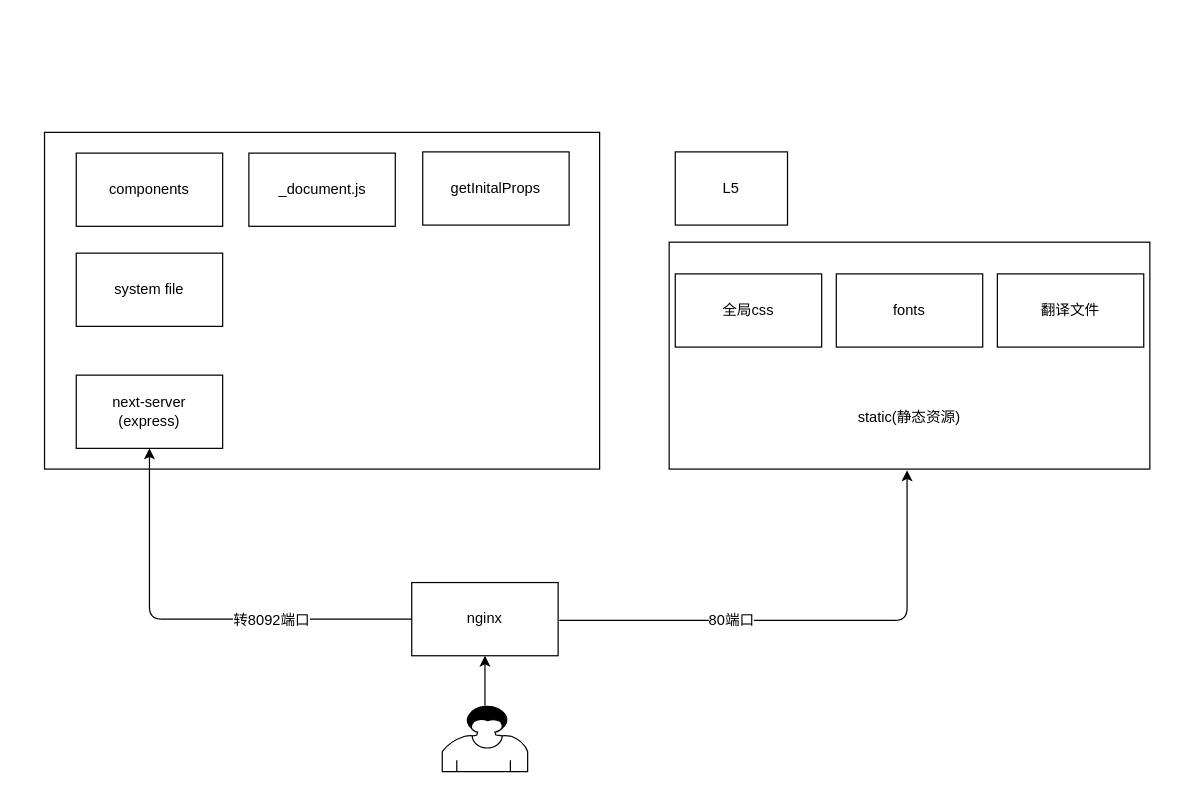
The draw.io diagram Untitled Diagram.drawio in huanglijiao/docs, before the edit. Source tidied: cells renumbered, new cells numbered last; positions are measured from the earlier drawing's top-left corner, leaving out a move shared by most shapes. Both pictures are drawn from the tidied source at 122%, with x=0, y=0 at pixel (44, 132).
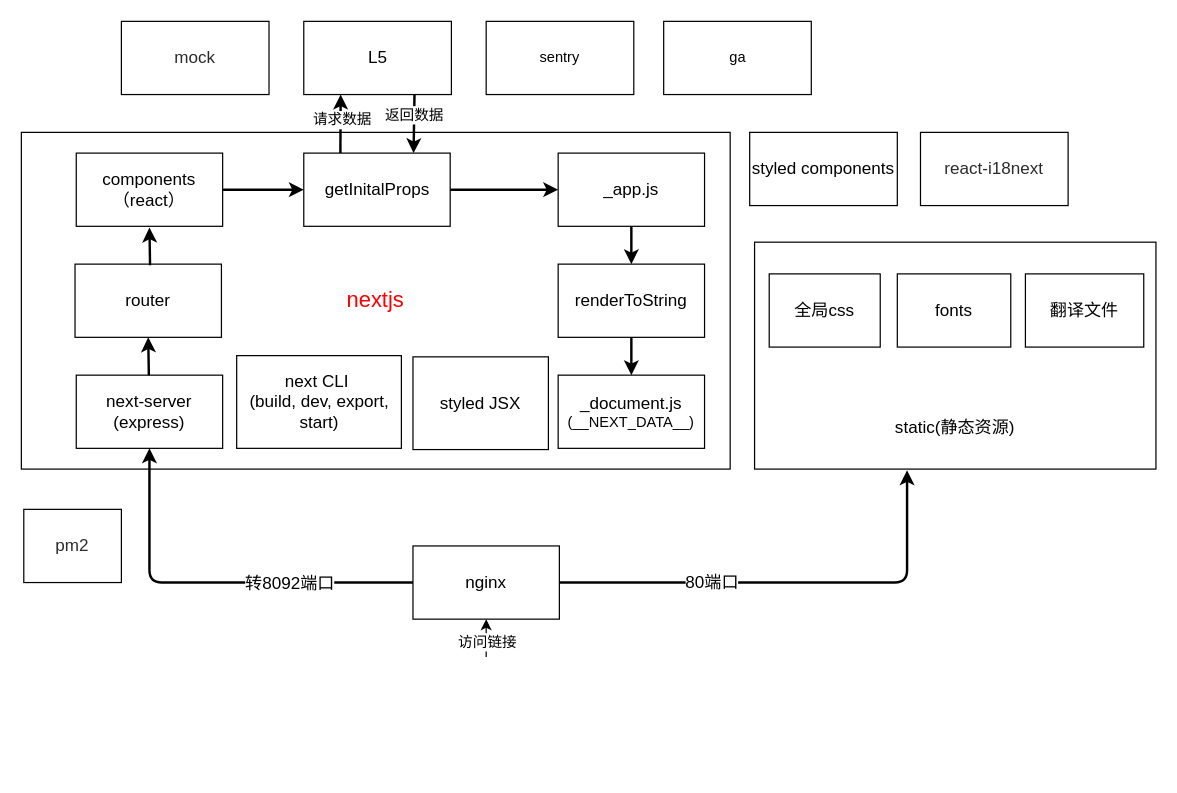
After the change.

What changed in the source:
```diff
@@
-    <mxCell id="2" style="rounded=0;whiteSpace=wrap;html=1;" parent="1" vertex="1">
-      <mxGeometry width="455" height="276" as="geometry" />
+    <mxCell id="2" value="&lt;font style=&quot;font-size: 18px&quot; color=&quot;#ff0000&quot;&gt;nextjs&lt;/font&gt;" style="rounded=0;whiteSpace=wrap;html=1;" parent="1" vertex="1">
+      <mxGeometry x="-19" width="581" height="276" as="geometry" />
     </mxCell>
-    <mxCell id="3" value="&lt;br&gt;&lt;br&gt;&lt;br&gt;&lt;br&gt;&lt;br&gt;&lt;br&gt;&lt;br&gt;static(静态资源)" style="rounded=0;whiteSpace=wrap;html=1;" parent="1" vertex="1">
-      <mxGeometry x="512" y="90" width="394" height="186" as="geometry" />
+    <mxCell id="3" value="&lt;font style=&quot;font-size: 14px&quot;&gt;&lt;br&gt;&lt;br&gt;&lt;br&gt;&lt;br&gt;&lt;br&gt;&lt;br&gt;&lt;br&gt;static(静态资源)&lt;/font&gt;" style="rounded=0;whiteSpace=wrap;html=1;" parent="1" vertex="1">
+      <mxGeometry x="582" y="90" width="329" height="186" as="geometry" />
     </mxCell>
-    <mxCell id="4" style="shape=mxgraph.bpmn.user_task;html=1;outlineConnect=0;" parent="1" vertex="1">
-      <mxGeometry x="326" y="470" width="70" height="54" as="geometry" />
-    </mxCell>
-    <mxCell id="5" value="nginx" style="rounded=0;whiteSpace=wrap;html=1;" parent="1" vertex="1">
-      <mxGeometry x="301" y="369" width="120" height="60" as="geometry" />
+    <mxCell id="5" value="&lt;font style=&quot;font-size: 14px&quot;&gt;nginx&lt;/font&gt;" style="rounded=0;whiteSpace=wrap;html=1;" parent="1" vertex="1">
+      <mxGeometry x="302" y="339" width="120" height="60" as="geometry" />
     </mxCell>
-    <mxCell id="6" value="fonts" style="rounded=0;whiteSpace=wrap;html=1;" parent="1" vertex="1">
-      <mxGeometry x="649" y="116" width="120" height="60" as="geometry" />
+    <mxCell id="6" value="&lt;font style=&quot;font-size: 14px&quot;&gt;fonts&lt;/font&gt;" style="rounded=0;whiteSpace=wrap;html=1;" parent="1" vertex="1">
+      <mxGeometry x="699" y="116" width="93" height="60" as="geometry" />
     </mxCell>
-    <mxCell id="7" value="全局css" style="rounded=0;whiteSpace=wrap;html=1;" parent="1" vertex="1">
-      <mxGeometry x="517" y="116" width="120" height="60" as="geometry" />
+    <mxCell id="7" value="&lt;font style=&quot;font-size: 14px&quot;&gt;全局css&lt;/font&gt;" style="rounded=0;whiteSpace=wrap;html=1;" parent="1" vertex="1">
+      <mxGeometry x="594" y="116" width="91" height="60" as="geometry" />
     </mxCell>
-    <mxCell id="8" value="翻译文件" style="rounded=0;whiteSpace=wrap;html=1;" parent="1" vertex="1">
-      <mxGeometry x="781" y="116" width="120" height="60" as="geometry" />
+    <mxCell id="8" value="&lt;font style=&quot;font-size: 14px&quot;&gt;翻译文件&lt;/font&gt;" style="rounded=0;whiteSpace=wrap;html=1;" parent="1" vertex="1">
+      <mxGeometry x="804" y="116" width="97" height="60" as="geometry" />
     </mxCell>
-    <mxCell id="9" style="endArrow=classic;html=1;" parent="1" edge="1">
+    <mxCell id="9" style="endArrow=classic;html=1;strokeWidth=2;exitX=1;exitY=0.5;exitDx=0;exitDy=0;" parent="1" edge="1" source="5">
       <mxGeometry relative="1" as="geometry">
-        <mxPoint x="422" y="400" as="sourcePoint" />
         <mxPoint x="707" y="277" as="targetPoint" />
         <Array as="points">
-          <mxPoint x="707" y="400" />
+          <mxPoint x="707" y="369" />
         </Array>
       </mxGeometry>
     </mxCell>
-    <mxCell id="10" value="80端口" style="text;html=1;align=center;verticalAlign=middle;labelBackgroundColor=#ffffff;" parent="9" vertex="1">
+    <mxCell id="10" value="&lt;font style=&quot;font-size: 14px&quot;&gt;80端口&lt;/font&gt;" style="text;html=1;align=center;verticalAlign=middle;labelBackgroundColor=#ffffff;" parent="9" vertex="1">
       <mxGeometry x="0.08" y="1" relative="1" as="geometry">
         <mxPoint x="-80" as="offset" />
       </mxGeometry>
     </mxCell>
-    <mxCell id="11" value="next-server&lt;br&gt;(express)" style="rounded=0;whiteSpace=wrap;html=1;" parent="1" vertex="1">
+    <mxCell id="11" value="&lt;font style=&quot;font-size: 14px&quot;&gt;next-server&lt;br&gt;(express)&lt;/font&gt;" style="rounded=0;whiteSpace=wrap;html=1;" parent="1" vertex="1">
       <mxGeometry x="26" y="199" width="120" height="60" as="geometry" />
     </mxCell>
-    <mxCell id="12" style="endArrow=classic;html=1;entryX=0.5;entryY=1;entryDx=0;entryDy=0;exitX=0;exitY=0.5;exitDx=0;exitDy=0;" parent="1" edge="1" source="5" target="11">
+    <mxCell id="12" style="endArrow=classic;html=1;entryX=0.5;entryY=1;entryDx=0;entryDy=0;exitX=0;exitY=0.5;exitDx=0;exitDy=0;strokeWidth=2;" parent="1" edge="1" source="5" target="11">
       <mxGeometry relative="1" as="geometry">
         <Array as="points">
-          <mxPoint x="86" y="399" />
+          <mxPoint x="86" y="369" />
         </Array>
       </mxGeometry>
     </mxCell>
-    <mxCell id="13" value="转8092端口" style="text;html=1;align=center;verticalAlign=middle;labelBackgroundColor=#ffffff;" parent="12" vertex="1">
+    <mxCell id="13" value="&lt;font style=&quot;font-size: 14px&quot;&gt;转8092端口&lt;/font&gt;" style="text;html=1;align=center;verticalAlign=middle;labelBackgroundColor=#ffffff;" parent="12" vertex="1">
       <mxGeometry x="-0.06" relative="1" as="geometry">
         <mxPoint x="51" as="offset" />
       </mxGeometry>
     </mxCell>
-    <mxCell id="14" style="endArrow=classic;html=1;entryX=0.5;entryY=1;entryDx=0;entryDy=0;" parent="1" edge="1" source="4" target="5">
-      <mxGeometry relative="1" as="geometry" />
+    <mxCell id="14" style="endArrow=classic;html=1;entryX=0.5;entryY=1;entryDx=0;entryDy=0;" parent="1" edge="1" target="5">
+      <mxGeometry relative="1" as="geometry">
+        <mxPoint x="362" y="430" as="sourcePoint" />
+      </mxGeometry>
     </mxCell>
+    <mxCell id="20" value="访问链接" style="text;html=1;align=center;verticalAlign=middle;labelBackgroundColor=#ffffff;" parent="14" vertex="1">
+      <mxGeometry x="-0.16" relative="1" as="geometry" />
+    </mxCell>
-    <mxCell id="15" value="system file" style="rounded=0;whiteSpace=wrap;html=1;" parent="1" vertex="1">
-      <mxGeometry x="26" y="99" width="120" height="60" as="geometry" />
+    <mxCell id="15" value="&lt;span style=&quot;font-size: 14px&quot;&gt;router&lt;/span&gt;" style="rounded=0;whiteSpace=wrap;html=1;" parent="1" vertex="1">
+      <mxGeometry x="25" y="108" width="120" height="60" as="geometry" />
     </mxCell>
-    <mxCell id="16" value="components" style="rounded=0;whiteSpace=wrap;html=1;" parent="1" vertex="1">
+    <mxCell id="16" value="&lt;font style=&quot;font-size: 14px&quot;&gt;components&lt;br&gt;（react）&lt;br&gt;&lt;/font&gt;" style="rounded=0;whiteSpace=wrap;html=1;" parent="1" vertex="1">
       <mxGeometry x="26" y="17" width="120" height="60" as="geometry" />
     </mxCell>
-    <mxCell id="17" value="_document.js" style="rounded=0;whiteSpace=wrap;html=1;" parent="1" vertex="1">
-      <mxGeometry x="167.5" y="17" width="120" height="60" as="geometry" />
-    </mxCell>
-    <mxCell id="18" value="L5&lt;br&gt;" style="rounded=0;whiteSpace=wrap;html=1;" parent="1" vertex="1">
-      <mxGeometry x="517" y="16" width="92" height="60" as="geometry" />
+    <mxCell id="18" value="&lt;font style=&quot;font-size: 14px&quot;&gt;L5&lt;/font&gt;" style="rounded=0;whiteSpace=wrap;html=1;" parent="1" vertex="1">
+      <mxGeometry x="212.5" y="-91" width="121" height="60" as="geometry" />
     </mxCell>
-    <mxCell id="19" value="getInitalProps" style="rounded=0;whiteSpace=wrap;html=1;" parent="1" vertex="1">
-      <mxGeometry x="310" y="16" width="120" height="60" as="geometry" />
+    <mxCell id="19" value="&lt;font style=&quot;font-size: 14px&quot;&gt;getInitalProps&lt;/font&gt;" style="rounded=0;whiteSpace=wrap;html=1;" parent="1" vertex="1">
+      <mxGeometry x="212.5" y="17" width="120" height="60" as="geometry" />
     </mxCell>
+    <mxCell id="21" value="&lt;span style=&quot;font-size: 14px&quot;&gt;renderToString&lt;/span&gt;" style="rounded=0;whiteSpace=wrap;html=1;" parent="1" vertex="1">
+      <mxGeometry x="421" y="108" width="120" height="60" as="geometry" />
+    </mxCell>
+    <mxCell id="22" value="&lt;font style=&quot;font-size: 14px&quot;&gt;_app.js&lt;/font&gt;" style="rounded=0;whiteSpace=wrap;html=1;" parent="1" vertex="1">
+      <mxGeometry x="421" y="17" width="120" height="60" as="geometry" />
+    </mxCell>
+    <mxCell id="23" value="&lt;font&gt;&lt;span style=&quot;font-size: 14px&quot;&gt;_document.js&lt;/span&gt;&lt;br&gt;&lt;font style=&quot;font-size: 12px&quot;&gt;(__NEXT_DATA__)&lt;/font&gt;&lt;br&gt;&lt;/font&gt;" style="rounded=0;whiteSpace=wrap;html=1;" parent="1" vertex="1">
+      <mxGeometry x="421" y="199" width="120" height="60" as="geometry" />
+    </mxCell>
+    <mxCell id="24" style="endArrow=classic;html=1;strokeWidth=2;entryX=0.5;entryY=1;entryDx=0;entryDy=0;" parent="1" edge="1" source="11" target="15">
+      <mxGeometry relative="1" as="geometry" />
+    </mxCell>
+    <mxCell id="25" style="endArrow=classic;html=1;strokeWidth=2;" parent="1" edge="1">
+      <mxGeometry relative="1" as="geometry">
+        <mxPoint x="86.5" y="109" as="sourcePoint" />
+        <mxPoint x="86" y="78" as="targetPoint" />
+      </mxGeometry>
+    </mxCell>
+    <mxCell id="26" style="endArrow=classic;html=1;strokeWidth=2;entryX=0;entryY=0.5;entryDx=0;entryDy=0;exitX=1;exitY=0.5;exitDx=0;exitDy=0;" parent="1" edge="1" source="16" target="19">
+      <mxGeometry relative="1" as="geometry" />
+    </mxCell>
+    <mxCell id="27" style="endArrow=classic;html=1;strokeWidth=2;entryX=0.25;entryY=1;entryDx=0;entryDy=0;exitX=0.25;exitY=0;exitDx=0;exitDy=0;" parent="1" edge="1" source="19" target="18">
+      <mxGeometry relative="1" as="geometry" />
+    </mxCell>
+    <mxCell id="28" value="请求数据" style="text;html=1;align=center;verticalAlign=middle;labelBackgroundColor=#ffffff;" parent="27" vertex="1">
+      <mxGeometry x="0.17" y="-1" relative="1" as="geometry" />
+    </mxCell>
+    <mxCell id="29" style="endArrow=classic;html=1;strokeWidth=2;entryX=0.75;entryY=0;entryDx=0;entryDy=0;exitX=0.75;exitY=1;exitDx=0;exitDy=0;" parent="1" edge="1" source="18" target="19">
+      <mxGeometry relative="1" as="geometry" />
+    </mxCell>
+    <mxCell id="30" value="返回数据" style="text;html=1;align=center;verticalAlign=middle;labelBackgroundColor=#ffffff;" parent="29" vertex="1">
+      <mxGeometry x="-0.29" relative="1" as="geometry" />
+    </mxCell>
+    <mxCell id="31" style="endArrow=classic;html=1;strokeWidth=2;entryX=0;entryY=0.5;entryDx=0;entryDy=0;exitX=1;exitY=0.5;exitDx=0;exitDy=0;" parent="1" edge="1" source="19" target="22">
+      <mxGeometry relative="1" as="geometry" />
+    </mxCell>
+    <mxCell id="32" style="endArrow=classic;html=1;strokeWidth=2;entryX=0.5;entryY=0;entryDx=0;entryDy=0;exitX=0.5;exitY=1;exitDx=0;exitDy=0;" parent="1" edge="1" source="22" target="21">
+      <mxGeometry relative="1" as="geometry" />
+    </mxCell>
+    <mxCell id="33" style="endArrow=classic;html=1;strokeWidth=2;entryX=0.5;entryY=0;entryDx=0;entryDy=0;exitX=0.5;exitY=1;exitDx=0;exitDy=0;" parent="1" edge="1" source="21" target="23">
+      <mxGeometry relative="1" as="geometry" />
+    </mxCell>
+    <mxCell id="34" value="&lt;font style=&quot;font-size: 14px&quot;&gt;next CLI&amp;nbsp; &lt;br&gt;(build, dev, export, start)&lt;/font&gt;" style="rounded=0;whiteSpace=wrap;html=1;" parent="1" vertex="1">
+      <mxGeometry x="157.5" y="183" width="135" height="76" as="geometry" />
+    </mxCell>
+    <mxCell id="35" value="&lt;span style=&quot;font-size: 14px&quot;&gt;styled JSX&lt;/span&gt;" style="rounded=0;whiteSpace=wrap;html=1;" parent="1" vertex="1">
+      <mxGeometry x="302" y="184" width="111" height="76" as="geometry" />
+    </mxCell>
+    <mxCell id="36" value="sentry" style="rounded=0;whiteSpace=wrap;html=1;" parent="1" vertex="1">
+      <mxGeometry x="362" y="-91" width="121" height="60" as="geometry" />
+    </mxCell>
+    <mxCell id="37" value="&lt;span style=&quot;font-size: 14px&quot;&gt;styled components&lt;/span&gt;" style="rounded=0;whiteSpace=wrap;html=1;" parent="1" vertex="1">
+      <mxGeometry x="578" width="121" height="60" as="geometry" />
+    </mxCell>
+    <mxCell id="38" value="&lt;font color=&quot;#2b2b2b&quot;&gt;&lt;span style=&quot;font-size: 14px ; white-space: pre-wrap ; background-color: rgb(255 , 255 , 255)&quot;&gt;mock&lt;/span&gt;&lt;/font&gt;" style="rounded=0;whiteSpace=wrap;html=1;" parent="1" vertex="1">
+      <mxGeometry x="63" y="-91" width="121" height="60" as="geometry" />
+    </mxCell>
+    <mxCell id="39" value="&lt;font color=&quot;#2b2b2b&quot;&gt;&lt;span style=&quot;font-size: 14px ; white-space: pre-wrap ; background-color: rgb(255 , 255 , 255)&quot;&gt;react-i18next&lt;/span&gt;&lt;/font&gt;" style="rounded=0;whiteSpace=wrap;html=1;" parent="1" vertex="1">
+      <mxGeometry x="718" width="121" height="60" as="geometry" />
+    </mxCell>
+    <mxCell id="40" value="&lt;font color=&quot;#2b2b2b&quot;&gt;&lt;span style=&quot;font-size: 14px ; white-space: pre-wrap ; background-color: rgb(255 , 255 , 255)&quot;&gt;pm2&lt;/span&gt;&lt;/font&gt;" style="rounded=0;whiteSpace=wrap;html=1;" parent="1" vertex="1">
+      <mxGeometry x="-17" y="309" width="80" height="60" as="geometry" />
+    </mxCell>
+    <mxCell id="41" value="ga" style="rounded=0;whiteSpace=wrap;html=1;" parent="1" vertex="1">
+      <mxGeometry x="507.5" y="-91" width="121" height="60" as="geometry" />
+    </mxCell>
```
